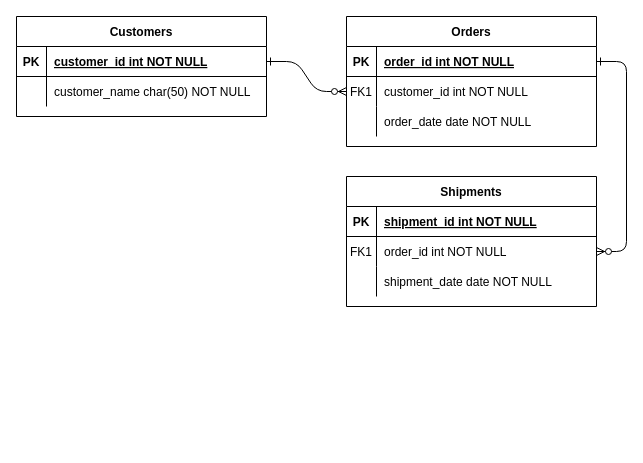
Before: Diagrama_entidad_relacion.drawio in Proyecto-Imaster-Ciclo-3/MultiserviciosGlobalCar, a draw.io diagram. Source tidied: cells renumbered, new cells numbered last; positions are measured from the earlier drawing's top-left corner, leaving out a move shared by most shapes. Both pictures are drawn from the tidied source at 100%, with x=0, y=0 at pixel (16, 16).
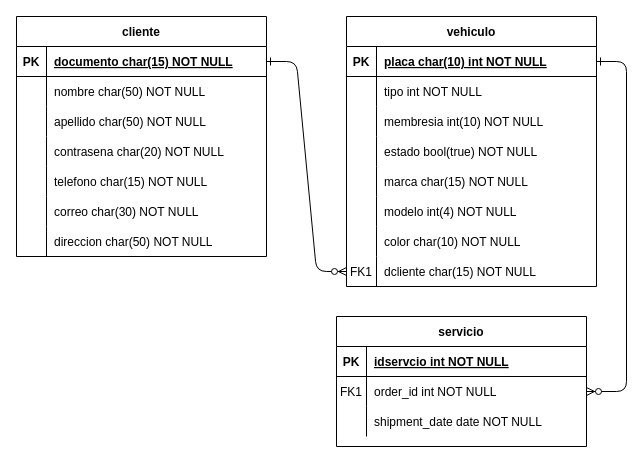
The same diagram, later.

Unchanged cells that the change refers to:
```xml
<mxCell id="5" style="shape=partialRectangle;fillColor=none;points=[[0,0.5],[1,0.5]];portConstraint=eastwest;top=0;left=0;right=0;bottom=1;" parent="4" vertex="1">
  <mxGeometry y="30" width="250" height="30" as="geometry" />
</mxCell>
<mxCell id="8" style="shape=partialRectangle;fillColor=none;points=[[0,0.5],[1,0.5]];portConstraint=eastwest;top=0;left=0;right=0;bottom=0;" parent="4" vertex="1">
  <mxGeometry y="60" width="250" height="30" as="geometry" />
</mxCell>
<mxCell id="11" style="shape=partialRectangle;fillColor=none;top=0;left=0;right=0;bottom=0;" parent="4" vertex="1">
  <mxGeometry y="90" width="250" height="30" as="geometry" />
</mxCell>
<mxCell id="15" style="shape=partialRectangle;fillColor=none;top=0;left=0;right=0;bottom=1;" parent="14" vertex="1">
  <mxGeometry y="30" width="250" height="30" as="geometry" />
</mxCell>
<mxCell id="25" style="shape=partialRectangle;fillColor=none;points=[[0,0.5],[1,0.5]];portConstraint=eastwest;top=0;left=0;right=0;bottom=1;" parent="24" vertex="1">
  <mxGeometry y="30" width="250" height="30" as="geometry" />
</mxCell>
<mxCell id="28" style="shape=partialRectangle;fillColor=none;top=0;left=0;right=0;bottom=0;" parent="24" vertex="1">
  <mxGeometry y="60" width="250" height="30" as="geometry" />
</mxCell>
```

Change to the diagram source:
```diff
@@
-    <mxCell id="2" style="edgeStyle=entityRelationEdgeStyle;endArrow=ERzeroToMany;startArrow=ERone;endFill=1;startFill=0;" parent="1" edge="1" source="25" target="8">
+    <mxCell id="2" style="edgeStyle=entityRelationEdgeStyle;endArrow=ERzeroToMany;startArrow=ERone;endFill=1;startFill=0;" parent="1" edge="1" source="25" target="43">
       <mxGeometry relative="1" as="geometry" />
     </mxCell>
@@
-    <mxCell id="4" value="Orders" style="shape=table;startSize=30;childLayout=tableLayout;rowLines=0;fontStyle=1;align=center;" parent="1" vertex="1">
-      <mxGeometry x="330" width="250" height="130" as="geometry" />
+    <mxCell id="4" value="vehiculo" style="shape=table;startSize=30;childLayout=tableLayout;rowLines=0;fontStyle=1;align=center;" parent="1" vertex="1">
+      <mxGeometry x="330" width="250" height="270" as="geometry" />
     </mxCell>
@@
-    <mxCell id="7" value="order_id int NOT NULL " style="shape=partialRectangle;overflow=hidden;fillColor=none;top=0;left=0;bottom=0;right=0;align=left;spacingLeft=6;fontStyle=5;" parent="5" vertex="1">
+    <mxCell id="7" value="placa char(10) int NOT NULL " style="shape=partialRectangle;overflow=hidden;fillColor=none;top=0;left=0;bottom=0;right=0;align=left;spacingLeft=6;fontStyle=5;" parent="5" vertex="1">
       <mxGeometry x="30" width="220" height="30" as="geometry" />
     </mxCell>
@@
-    <mxCell id="9" value="FK1" style="shape=partialRectangle;overflow=hidden;fillColor=none;top=0;left=0;bottom=0;right=0;" parent="8" vertex="1">
+    <mxCell id="9" style="shape=partialRectangle;overflow=hidden;fillColor=none;top=0;left=0;bottom=0;right=0;" parent="8" vertex="1">
       <mxGeometry width="30" height="30" as="geometry" />
     </mxCell>
-    <mxCell id="10" value="customer_id int NOT NULL" style="shape=partialRectangle;overflow=hidden;fillColor=none;top=0;left=0;bottom=0;right=0;align=left;spacingLeft=6;" parent="8" vertex="1">
+    <mxCell id="10" value="tipo int NOT NULL" style="shape=partialRectangle;overflow=hidden;fillColor=none;top=0;left=0;bottom=0;right=0;align=left;spacingLeft=6;" parent="8" vertex="1">
       <mxGeometry x="30" width="220" height="30" as="geometry" />
     </mxCell>
@@
-    <mxCell id="13" value="order_date date NOT NULL" style="shape=partialRectangle;overflow=hidden;fillColor=none;top=0;left=0;bottom=0;right=0;align=left;spacingLeft=6;" parent="11" vertex="1">
+    <mxCell id="13" value="membresia int(10) NOT NULL" style="shape=partialRectangle;overflow=hidden;fillColor=none;top=0;left=0;bottom=0;right=0;align=left;spacingLeft=6;" parent="11" vertex="1">
       <mxGeometry x="30" width="220" height="30" as="geometry" />
     </mxCell>
+    <mxCell id="31" style="shape=partialRectangle;fillColor=none;top=0;left=0;right=0;bottom=0;" parent="4" vertex="1">
+      <mxGeometry y="120" width="250" height="30" as="geometry" />
+    </mxCell>
+    <mxCell id="32" style="shape=partialRectangle;overflow=hidden;fillColor=none;top=0;left=0;bottom=0;right=0;" parent="31" vertex="1">
+      <mxGeometry width="30" height="30" as="geometry" />
+    </mxCell>
+    <mxCell id="33" value="estado bool(true) NOT NULL" style="shape=partialRectangle;overflow=hidden;fillColor=none;top=0;left=0;bottom=0;right=0;align=left;spacingLeft=6;" parent="31" vertex="1">
+      <mxGeometry x="30" width="220" height="30" as="geometry" />
+    </mxCell>
+    <mxCell id="34" style="shape=partialRectangle;fillColor=none;top=0;left=0;right=0;bottom=0;" parent="4" vertex="1">
+      <mxGeometry y="150" width="250" height="30" as="geometry" />
+    </mxCell>
+    <mxCell id="35" style="shape=partialRectangle;overflow=hidden;fillColor=none;top=0;left=0;bottom=0;right=0;" parent="34" vertex="1">
+      <mxGeometry width="30" height="30" as="geometry" />
+    </mxCell>
+    <mxCell id="36" value="marca char(15) NOT NULL" style="shape=partialRectangle;overflow=hidden;fillColor=none;top=0;left=0;bottom=0;right=0;align=left;spacingLeft=6;" parent="34" vertex="1">
+      <mxGeometry x="30" width="220" height="30" as="geometry" />
+    </mxCell>
+    <mxCell id="37" style="shape=partialRectangle;fillColor=none;top=0;left=0;right=0;bottom=0;" parent="4" vertex="1">
+      <mxGeometry y="180" width="250" height="30" as="geometry" />
+    </mxCell>
+    <mxCell id="38" style="shape=partialRectangle;overflow=hidden;fillColor=none;top=0;left=0;bottom=0;right=0;" parent="37" vertex="1">
+      <mxGeometry width="30" height="30" as="geometry" />
+    </mxCell>
+    <mxCell id="39" value="modelo int(4) NOT NULL" style="shape=partialRectangle;overflow=hidden;fillColor=none;top=0;left=0;bottom=0;right=0;align=left;spacingLeft=6;" parent="37" vertex="1">
+      <mxGeometry x="30" width="220" height="30" as="geometry" />
+    </mxCell>
+    <mxCell id="40" style="shape=partialRectangle;fillColor=none;top=0;left=0;right=0;bottom=0;" parent="4" vertex="1">
+      <mxGeometry y="210" width="250" height="30" as="geometry" />
+    </mxCell>
+    <mxCell id="41" style="shape=partialRectangle;overflow=hidden;fillColor=none;top=0;left=0;bottom=0;right=0;" parent="40" vertex="1">
+      <mxGeometry width="30" height="30" as="geometry" />
+    </mxCell>
+    <mxCell id="42" value="color char(10) NOT NULL" style="shape=partialRectangle;overflow=hidden;fillColor=none;top=0;left=0;bottom=0;right=0;align=left;spacingLeft=6;" parent="40" vertex="1">
+      <mxGeometry x="30" width="220" height="30" as="geometry" />
+    </mxCell>
+    <mxCell id="43" style="shape=partialRectangle;fillColor=none;points=[[0,0.5],[1,0.5]];portConstraint=eastwest;top=0;left=0;right=0;bottom=0;" parent="4" vertex="1">
+      <mxGeometry y="240" width="250" height="30" as="geometry" />
+    </mxCell>
+    <mxCell id="44" value="FK1" style="shape=partialRectangle;overflow=hidden;fillColor=none;top=0;left=0;bottom=0;right=0;" parent="43" vertex="1">
+      <mxGeometry width="30" height="30" as="geometry" />
+    </mxCell>
+    <mxCell id="45" value="dcliente char(15) NOT NULL" style="shape=partialRectangle;overflow=hidden;fillColor=none;top=0;left=0;bottom=0;right=0;align=left;spacingLeft=6;" parent="43" vertex="1">
+      <mxGeometry x="30" width="220" height="30" as="geometry" />
+    </mxCell>
-    <mxCell id="14" value="Shipments" style="shape=table;startSize=30;childLayout=tableLayout;rowLines=0;fontStyle=1;align=center;" parent="1" vertex="1">
-      <mxGeometry x="330" y="160" width="250" height="130" as="geometry" />
+    <mxCell id="14" value="servicio" style="shape=table;startSize=30;childLayout=tableLayout;rowLines=0;fontStyle=1;align=center;" parent="1" vertex="1">
+      <mxGeometry x="320" y="300" width="250" height="130" as="geometry" />
     </mxCell>
@@
-    <mxCell id="17" value="shipment_id int NOT NULL " style="shape=partialRectangle;overflow=hidden;fillColor=none;top=0;left=0;bottom=0;right=0;align=left;spacingLeft=6;fontStyle=5;" parent="15" vertex="1">
+    <mxCell id="17" value="idservcio int NOT NULL " style="shape=partialRectangle;overflow=hidden;fillColor=none;top=0;left=0;bottom=0;right=0;align=left;spacingLeft=6;fontStyle=5;" parent="15" vertex="1">
       <mxGeometry x="30" width="220" height="30" as="geometry" />
     </mxCell>
@@
-    <mxCell id="24" value="Customers" style="shape=table;startSize=30;childLayout=tableLayout;rowLines=0;fontStyle=1;align=center;" parent="1" vertex="1">
-      <mxGeometry width="250" height="100" as="geometry" />
+    <mxCell id="24" value="cliente" style="shape=table;startSize=30;childLayout=tableLayout;rowLines=0;fontStyle=1;align=center;" parent="1" vertex="1">
+      <mxGeometry width="250" height="240" as="geometry" />
     </mxCell>
@@
-    <mxCell id="27" value="customer_id int NOT NULL " style="shape=partialRectangle;overflow=hidden;fillColor=none;top=0;left=0;bottom=0;right=0;align=left;spacingLeft=6;fontStyle=5;" parent="25" vertex="1">
+    <mxCell id="27" value="documento char(15) NOT NULL " style="shape=partialRectangle;overflow=hidden;fillColor=none;top=0;left=0;bottom=0;right=0;align=left;spacingLeft=6;fontStyle=5;" parent="25" vertex="1">
       <mxGeometry x="30" width="220" height="30" as="geometry" />
     </mxCell>
@@
-    <mxCell id="30" value="customer_name char(50) NOT NULL" style="shape=partialRectangle;overflow=hidden;fillColor=none;top=0;left=0;bottom=0;right=0;align=left;spacingLeft=6;" parent="28" vertex="1">
+    <mxCell id="30" value="nombre char(50) NOT NULL" style="shape=partialRectangle;overflow=hidden;fillColor=none;top=0;left=0;bottom=0;right=0;align=left;spacingLeft=6;" parent="28" vertex="1">
       <mxGeometry x="30" width="220" height="30" as="geometry" />
     </mxCell>
+    <mxCell id="46" style="shape=partialRectangle;fillColor=none;top=0;left=0;right=0;bottom=0;" parent="24" vertex="1">
+      <mxGeometry y="90" width="250" height="30" as="geometry" />
+    </mxCell>
+    <mxCell id="47" style="shape=partialRectangle;overflow=hidden;fillColor=none;top=0;left=0;bottom=0;right=0;" parent="46" vertex="1">
+      <mxGeometry width="30" height="30" as="geometry" />
+    </mxCell>
+    <mxCell id="48" value="apellido char(50) NOT NULL" style="shape=partialRectangle;overflow=hidden;fillColor=none;top=0;left=0;bottom=0;right=0;align=left;spacingLeft=6;" parent="46" vertex="1">
+      <mxGeometry x="30" width="220" height="30" as="geometry" />
+    </mxCell>
+    <mxCell id="49" style="shape=partialRectangle;fillColor=none;top=0;left=0;right=0;bottom=0;" parent="24" vertex="1">
+      <mxGeometry y="120" width="250" height="30" as="geometry" />
+    </mxCell>
+    <mxCell id="50" style="shape=partialRectangle;overflow=hidden;fillColor=none;top=0;left=0;bottom=0;right=0;" parent="49" vertex="1">
+      <mxGeometry width="30" height="30" as="geometry" />
+    </mxCell>
+    <mxCell id="51" value="contrasena char(20) NOT NULL" style="shape=partialRectangle;overflow=hidden;fillColor=none;top=0;left=0;bottom=0;right=0;align=left;spacingLeft=6;" parent="49" vertex="1">
+      <mxGeometry x="30" width="220" height="30" as="geometry" />
+    </mxCell>
+    <mxCell id="52" style="shape=partialRectangle;fillColor=none;top=0;left=0;right=0;bottom=0;" parent="24" vertex="1">
+      <mxGeometry y="150" width="250" height="30" as="geometry" />
+    </mxCell>
+    <mxCell id="53" style="shape=partialRectangle;overflow=hidden;fillColor=none;top=0;left=0;bottom=0;right=0;" parent="52" vertex="1">
+      <mxGeometry width="30" height="30" as="geometry" />
+    </mxCell>
+    <mxCell id="54" value="telefono char(15) NOT NULL" style="shape=partialRectangle;overflow=hidden;fillColor=none;top=0;left=0;bottom=0;right=0;align=left;spacingLeft=6;" parent="52" vertex="1">
+      <mxGeometry x="30" width="220" height="30" as="geometry" />
+    </mxCell>
+    <mxCell id="55" style="shape=partialRectangle;fillColor=none;top=0;left=0;right=0;bottom=0;" parent="24" vertex="1">
+      <mxGeometry y="180" width="250" height="30" as="geometry" />
+    </mxCell>
+    <mxCell id="56" style="shape=partialRectangle;overflow=hidden;fillColor=none;top=0;left=0;bottom=0;right=0;" parent="55" vertex="1">
+      <mxGeometry width="30" height="30" as="geometry" />
+    </mxCell>
+    <mxCell id="57" value="correo char(30) NOT NULL" style="shape=partialRectangle;overflow=hidden;fillColor=none;top=0;left=0;bottom=0;right=0;align=left;spacingLeft=6;" parent="55" vertex="1">
+      <mxGeometry x="30" width="220" height="30" as="geometry" />
+    </mxCell>
+    <mxCell id="58" style="shape=partialRectangle;fillColor=none;top=0;left=0;right=0;bottom=0;" parent="24" vertex="1">
+      <mxGeometry y="210" width="250" height="30" as="geometry" />
+    </mxCell>
+    <mxCell id="59" style="shape=partialRectangle;overflow=hidden;fillColor=none;top=0;left=0;bottom=0;right=0;" parent="58" vertex="1">
+      <mxGeometry width="30" height="30" as="geometry" />
+    </mxCell>
+    <mxCell id="60" value="direccion char(50) NOT NULL" style="shape=partialRectangle;overflow=hidden;fillColor=none;top=0;left=0;bottom=0;right=0;align=left;spacingLeft=6;" parent="58" vertex="1">
+      <mxGeometry x="30" width="220" height="30" as="geometry" />
+    </mxCell>
```
